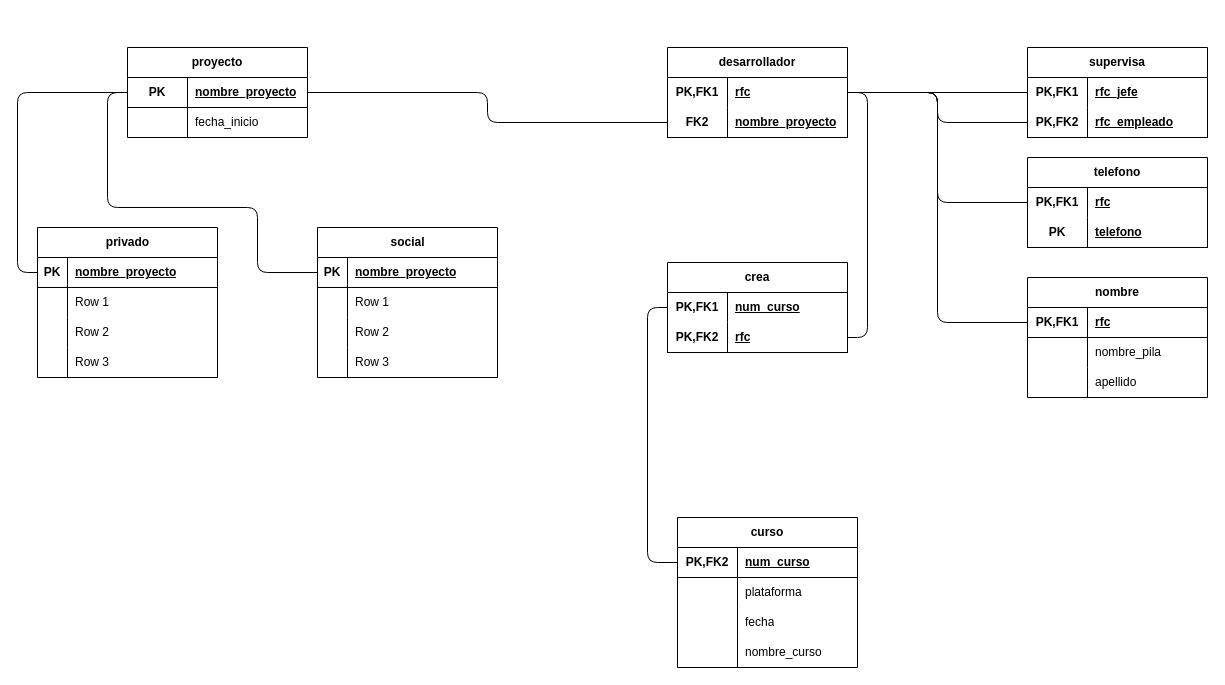
The draw.io diagram Exam-in-Relational.drawio in xmr-p/DatabaseCharts, before the edit. Source tidied: cells renumbered, new cells numbered last; positions are measured from the earlier drawing's top-left corner, leaving out a move shared by most shapes. Both pictures are drawn from the tidied source at 100%, with x=0, y=0 at pixel (37, 47).
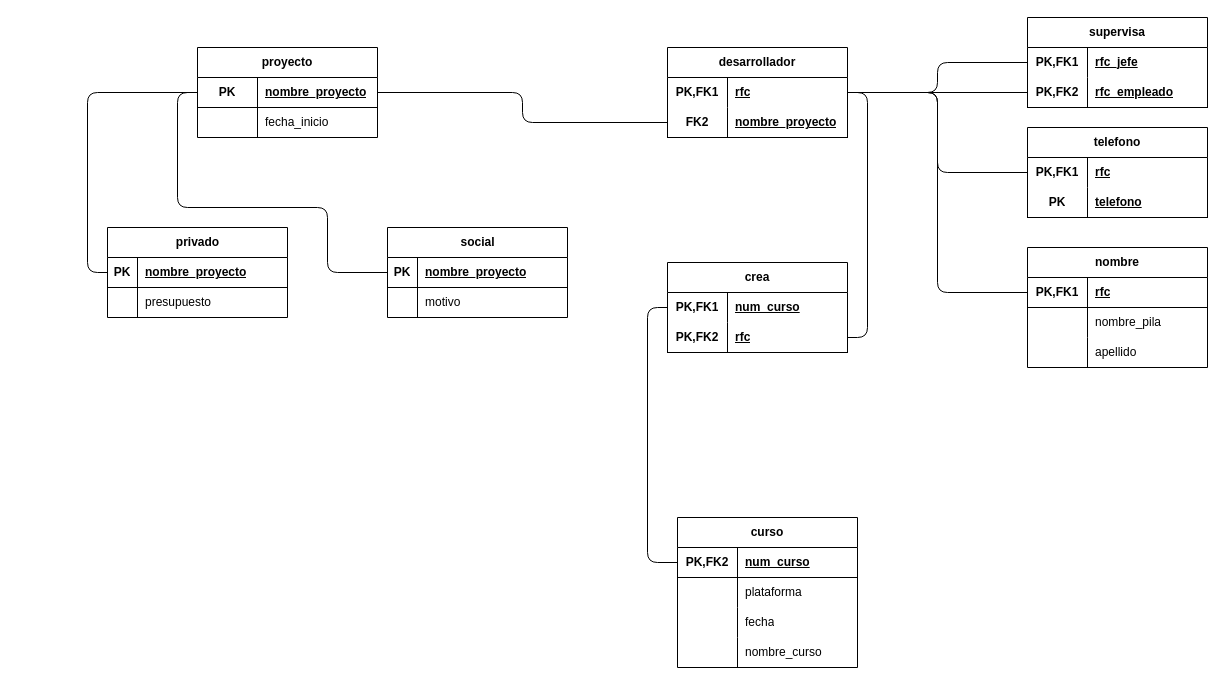
Above is the later version.

Unchanged cells that the change refers to:
```xml
<mxCell id="16" style="shape=tableRow;horizontal=0;startSize=0;swimlaneHead=0;swimlaneBody=0;fillColor=none;points=[[0,0.5],[1,0.5]];portConstraint=eastwest;top=0;left=0;right=0;bottom=1;html=1;" parent="15" vertex="1">
  <mxGeometry y="30" width="180" height="30" as="geometry" />
</mxCell>
<mxCell id="68" style="shape=tableRow;horizontal=0;startSize=0;swimlaneHead=0;swimlaneBody=0;fillColor=none;points=[[0,0.5],[1,0.5]];portConstraint=eastwest;top=0;left=0;right=0;bottom=1;" parent="67" vertex="1">
  <mxGeometry y="30" width="180" height="30" as="geometry" />
</mxCell>
<mxCell id="71" style="shape=tableRow;horizontal=0;startSize=0;swimlaneHead=0;swimlaneBody=0;fillColor=none;top=0;left=0;right=0;bottom=0;" parent="67" vertex="1">
  <mxGeometry y="60" width="180" height="30" as="geometry" />
</mxCell>
<mxCell id="84" style="shape=tableRow;horizontal=0;startSize=0;swimlaneHead=0;swimlaneBody=0;fillColor=none;top=0;left=0;right=0;bottom=0;" parent="80" vertex="1">
  <mxGeometry y="60" width="180" height="30" as="geometry" />
</mxCell>
```

What changed in the source:
```diff
@@
     <mxCell id="15" value="proyecto" style="shape=table;startSize=30;childLayout=tableLayout;rowLines=0;fontStyle=1;align=center;html=1;whiteSpace=wrap;" parent="1" vertex="1">
-      <mxGeometry x="90" width="180" height="90" as="geometry" />
+      <mxGeometry x="160" width="180" height="90" as="geometry" />
     </mxCell>
@@
     <mxCell id="22" value="supervisa" style="shape=table;startSize=30;childLayout=tableLayout;rowLines=0;fontStyle=1;align=center;html=1;whiteSpace=wrap;" parent="1" vertex="1">
-      <mxGeometry x="990" width="180" height="90" as="geometry" />
+      <mxGeometry x="990" y="-30" width="180" height="90" as="geometry" />
     </mxCell>
@@
     <mxCell id="31" value="telefono" style="shape=table;startSize=30;childLayout=tableLayout;rowLines=0;fontStyle=1;align=center;html=1;whiteSpace=wrap;" parent="1" vertex="1">
-      <mxGeometry x="990" y="110" width="180" height="90" as="geometry" />
+      <mxGeometry x="990" y="80" width="180" height="90" as="geometry" />
     </mxCell>
@@
     <mxCell id="47" value="nombre" style="shape=table;startSize=30;childLayout=tableLayout;rowLines=0;fontStyle=1;align=center;html=1;whiteSpace=wrap;" parent="1" vertex="1">
-      <mxGeometry x="990" y="230" width="180" height="120" as="geometry" />
+      <mxGeometry x="990" y="200" width="180" height="120" as="geometry" />
     </mxCell>
@@
     <mxCell id="67" value="social" style="shape=table;startSize=30;childLayout=tableLayout;rowLines=0;fontStyle=1;align=center;html=1;" parent="1" vertex="1">
-      <mxGeometry x="280" y="180" width="180" height="150" as="geometry" />
+      <mxGeometry x="350" y="180" width="180" height="90" as="geometry" />
     </mxCell>
@@
-    <mxCell id="73" value="Row 1" style="shape=partialRectangle;fillColor=none;top=0;left=0;bottom=0;right=0;align=left;spacingLeft=6;overflow=hidden;whiteSpace=wrap;html=1;" parent="71" vertex="1">
+    <mxCell id="73" value="motivo" style="shape=partialRectangle;fillColor=none;top=0;left=0;bottom=0;right=0;align=left;spacingLeft=6;overflow=hidden;whiteSpace=wrap;html=1;" parent="71" vertex="1">
       <mxGeometry x="30" width="150" height="30" as="geometry" />
     </mxCell>
-    <mxCell id="74" style="shape=tableRow;horizontal=0;startSize=0;swimlaneHead=0;swimlaneBody=0;fillColor=none;top=0;left=0;right=0;bottom=0;" parent="67" vertex="1">
-      <mxGeometry y="90" width="180" height="30" as="geometry" />
-    </mxCell>
-    <mxCell id="75" style="shape=partialRectangle;fillColor=none;top=0;left=0;bottom=0;right=0;overflow=hidden;whiteSpace=wrap;html=1;" parent="74" vertex="1">
-      <mxGeometry width="30" height="30" as="geometry" />
-    </mxCell>
-    <mxCell id="76" value="Row 2" style="shape=partialRectangle;fillColor=none;top=0;left=0;bottom=0;right=0;align=left;spacingLeft=6;overflow=hidden;whiteSpace=wrap;html=1;" parent="74" vertex="1">
-      <mxGeometry x="30" width="150" height="30" as="geometry" />
-    </mxCell>
-    <mxCell id="77" style="shape=tableRow;horizontal=0;startSize=0;swimlaneHead=0;swimlaneBody=0;fillColor=none;top=0;left=0;right=0;bottom=0;" parent="67" vertex="1">
-      <mxGeometry y="120" width="180" height="30" as="geometry" />
-    </mxCell>
-    <mxCell id="78" style="shape=partialRectangle;fillColor=none;top=0;left=0;bottom=0;right=0;overflow=hidden;whiteSpace=wrap;html=1;" parent="77" vertex="1">
-      <mxGeometry width="30" height="30" as="geometry" />
-    </mxCell>
-    <mxCell id="79" value="Row 3" style="shape=partialRectangle;fillColor=none;top=0;left=0;bottom=0;right=0;align=left;spacingLeft=6;overflow=hidden;whiteSpace=wrap;html=1;" parent="77" vertex="1">
-      <mxGeometry x="30" width="150" height="30" as="geometry" />
-    </mxCell>
     <mxCell id="80" value="privado" style="shape=table;startSize=30;childLayout=tableLayout;rowLines=0;fontStyle=1;align=center;html=1;" parent="1" vertex="1">
-      <mxGeometry y="180" width="180" height="150" as="geometry" />
+      <mxGeometry x="70" y="180" width="180" height="90" as="geometry" />
     </mxCell>
@@
-    <mxCell id="86" value="Row 1" style="shape=partialRectangle;fillColor=none;top=0;left=0;bottom=0;right=0;align=left;spacingLeft=6;overflow=hidden;whiteSpace=wrap;html=1;" parent="84" vertex="1">
+    <mxCell id="86" value="presupuesto" style="shape=partialRectangle;fillColor=none;top=0;left=0;bottom=0;right=0;align=left;spacingLeft=6;overflow=hidden;whiteSpace=wrap;html=1;" parent="84" vertex="1">
       <mxGeometry x="30" width="150" height="30" as="geometry" />
     </mxCell>
-    <mxCell id="87" style="shape=tableRow;horizontal=0;startSize=0;swimlaneHead=0;swimlaneBody=0;fillColor=none;top=0;left=0;right=0;bottom=0;" parent="80" vertex="1">
-      <mxGeometry y="90" width="180" height="30" as="geometry" />
-    </mxCell>
-    <mxCell id="88" style="shape=partialRectangle;fillColor=none;top=0;left=0;bottom=0;right=0;overflow=hidden;whiteSpace=wrap;html=1;" parent="87" vertex="1">
-      <mxGeometry width="30" height="30" as="geometry" />
-    </mxCell>
-    <mxCell id="89" value="Row 2" style="shape=partialRectangle;fillColor=none;top=0;left=0;bottom=0;right=0;align=left;spacingLeft=6;overflow=hidden;whiteSpace=wrap;html=1;" parent="87" vertex="1">
-      <mxGeometry x="30" width="150" height="30" as="geometry" />
-    </mxCell>
-    <mxCell id="90" style="shape=tableRow;horizontal=0;startSize=0;swimlaneHead=0;swimlaneBody=0;fillColor=none;top=0;left=0;right=0;bottom=0;" parent="80" vertex="1">
-      <mxGeometry y="120" width="180" height="30" as="geometry" />
-    </mxCell>
-    <mxCell id="91" style="shape=partialRectangle;fillColor=none;top=0;left=0;bottom=0;right=0;overflow=hidden;whiteSpace=wrap;html=1;" parent="90" vertex="1">
-      <mxGeometry width="30" height="30" as="geometry" />
-    </mxCell>
-    <mxCell id="92" value="Row 3" style="shape=partialRectangle;fillColor=none;top=0;left=0;bottom=0;right=0;align=left;spacingLeft=6;overflow=hidden;whiteSpace=wrap;html=1;" parent="90" vertex="1">
-      <mxGeometry x="30" width="150" height="30" as="geometry" />
-    </mxCell>
@@
     <mxCell id="94" style="edgeStyle=orthogonalEdgeStyle;rounded=1;jettySize=auto;html=1;exitX=0;exitY=0.5;exitDx=0;exitDy=0;entryX=0;entryY=0.5;entryDx=0;entryDy=0;curved=0;endArrow=none;endFill=0;" parent="1" edge="1" source="68" target="16">
       <mxGeometry relative="1" as="geometry">
         <Array as="points">
-          <mxPoint x="220" y="225" />
-          <mxPoint x="220" y="160" />
-          <mxPoint x="70" y="160" />
-          <mxPoint x="70" y="45" />
+          <mxPoint x="290" y="225" />
+          <mxPoint x="290" y="160" />
+          <mxPoint x="140" y="160" />
+          <mxPoint x="140" y="45" />
         </Array>
       </mxGeometry>
     </mxCell>
```
